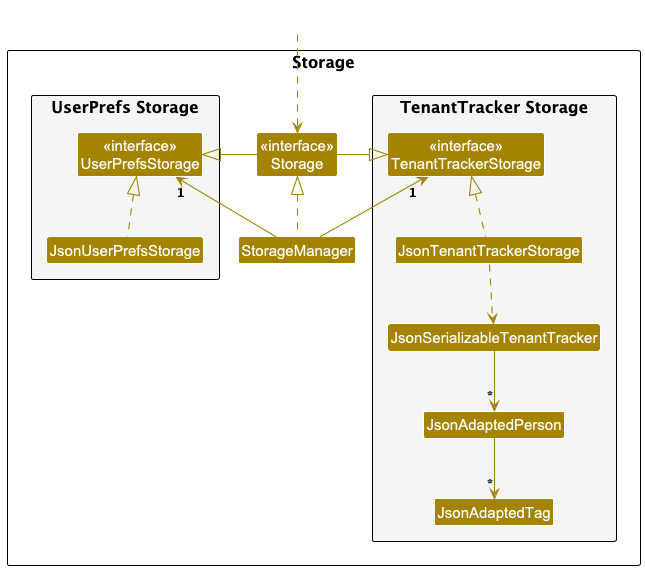
Earlier version of the PlantUML export docs/images/StorageClassDiagram.png (namitdeb739/tp). The source it was exported from:
```plantuml
@startuml
!include style.puml
skinparam arrowThickness 1.1
skinparam arrowColor STORAGE_COLOR
skinparam classBackgroundColor STORAGE_COLOR

package Storage as StoragePackage {

package "UserPrefs Storage" #F4F6F6{
Class "<<interface>>\nUserPrefsStorage" as UserPrefsStorage
Class JsonUserPrefsStorage
}

Class "<<interface>>\nStorage" as Storage
Class StorageManager

package "TenantTracker Storage" #F4F6F6{
Class "<<interface>>\nTenantTrackerStorage" as TenantTrackerStorage
Class JsonTenantTrackerStorage
Class JsonSerializableTenantTracker
Class JsonAdaptedPerson
Class JsonAdaptedTag
}

}

Class HiddenOutside #FFFFFF
HiddenOutside ..> Storage

StorageManager .up.|> Storage
StorageManager -up-> "1" UserPrefsStorage
StorageManager -up-> "1" TenantTrackerStorage

Storage -left-|> UserPrefsStorage
Storage -right-|> TenantTrackerStorage

JsonUserPrefsStorage .up.|> UserPrefsStorage
JsonTenantTrackerStorage .up.|> TenantTrackerStorage
JsonTenantTrackerStorage ..> JsonSerializableTenantTracker
JsonSerializableTenantTracker --> "*" JsonAdaptedPerson
JsonAdaptedPerson --> "*" JsonAdaptedTag

@enduml
```
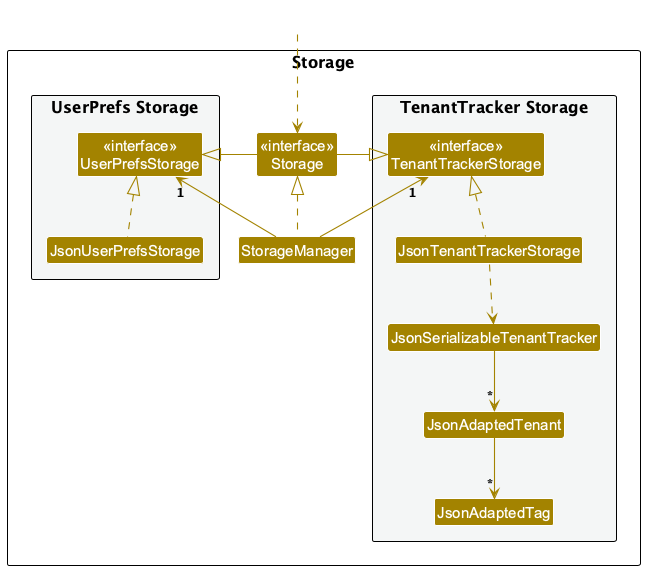
Above is the later version.

What changed in the source:
```diff
@@ -18,7 +18,7 @@
 Class "<<interface>>\nTenantTrackerStorage" as TenantTrackerStorage
 Class JsonTenantTrackerStorage
 Class JsonSerializableTenantTracker
-Class JsonAdaptedPerson
+Class JsonAdaptedTenant
 Class JsonAdaptedTag
 }
 
@@ -37,7 +37,7 @@
 JsonUserPrefsStorage .up.|> UserPrefsStorage
 JsonTenantTrackerStorage .up.|> TenantTrackerStorage
 JsonTenantTrackerStorage ..> JsonSerializableTenantTracker
-JsonSerializableTenantTracker --> "*" JsonAdaptedPerson
-JsonAdaptedPerson --> "*" JsonAdaptedTag
+JsonSerializableTenantTracker --> "*" JsonAdaptedTenant
+JsonAdaptedTenant --> "*" JsonAdaptedTag
 
 @enduml
```
